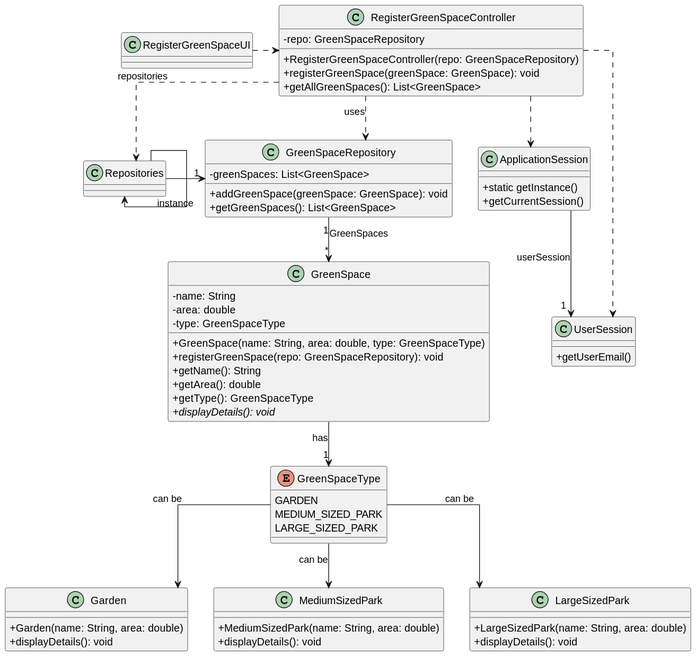
Before: docs/sprintC/us020/03.design/svg/us020-class-diagram.svg, a diagram exported from PlantUML (1231635-Amorim/UrbanParkitekts).
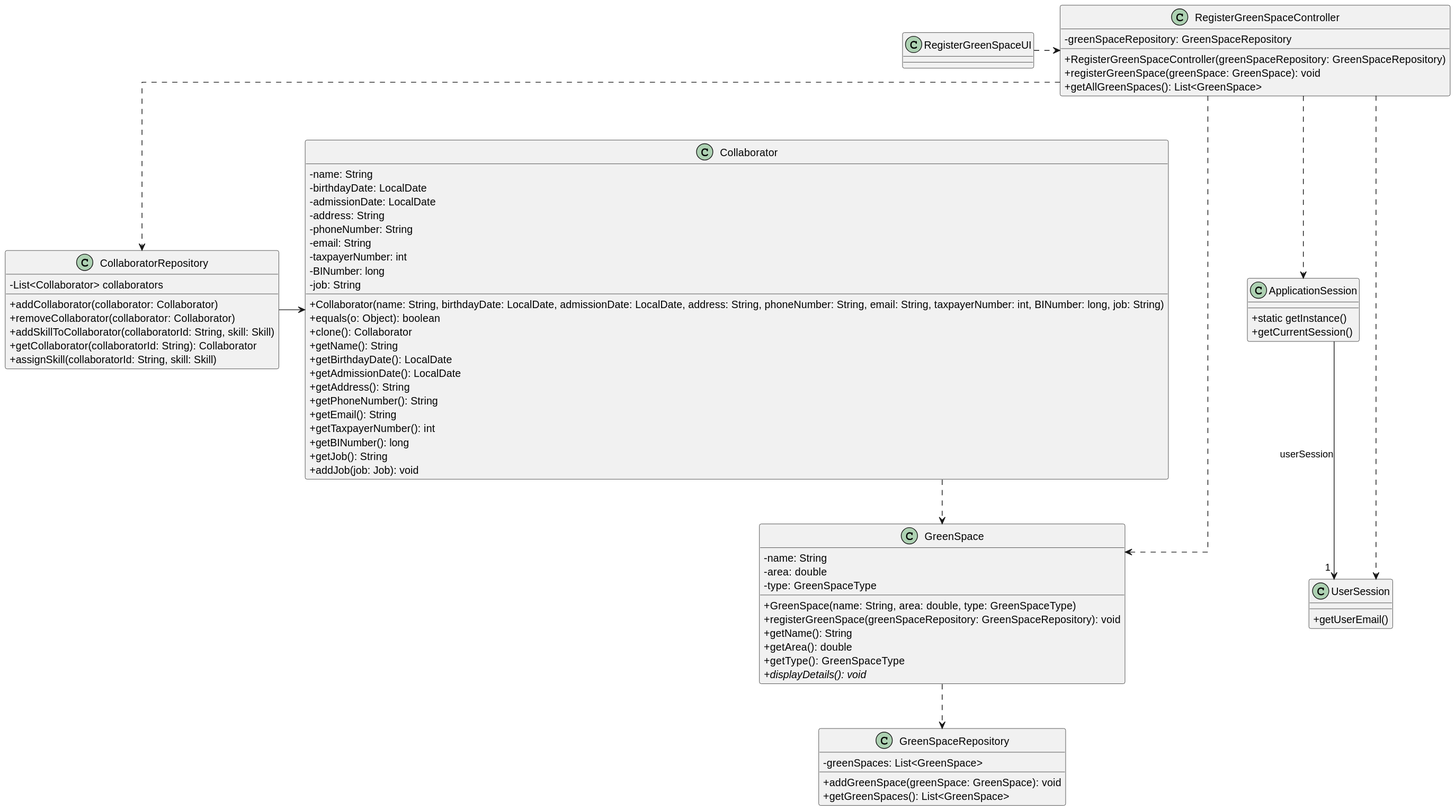
The same diagram one commit later.

Change to the diagram source:
```diff
@@ -3,16 +3,16 @@
 skinparam shadowing false
 skinparam linetype polyline
 skinparam linetype ortho
-
 skinparam classAttributeIconSize 0
 
-
-class ApplicationSession {
+class ApplicationSession
+{
     + static getInstance()
     + getCurrentSession()
 }
 
-class UserSession {
+class UserSession
+{
     + getUserEmail()
 }
 
@@ -20,71 +20,69 @@
     - name: String
     - area: double
     - type: GreenSpaceType
-
     + GreenSpace(name: String, area: double, type: GreenSpaceType)
-    + registerGreenSpace(repo: GreenSpaceRepository): void
+    + registerGreenSpace(greenSpaceRepository: GreenSpaceRepository): void
     + getName(): String
     + getArea(): double
     + getType(): GreenSpaceType
     {abstract} + displayDetails(): void
 }
 
-class Garden {
-    + Garden(name: String, area: double)
-    + displayDetails(): void
+class Collaborator {
+    - name: String
+    - birthdayDate: LocalDate
+    - admissionDate: LocalDate
+    - address: String
+    - phoneNumber: String
+    - email: String
+    - taxpayerNumber: int
+    - BINumber: long
+    - job: String
+    + Collaborator(name: String, birthdayDate: LocalDate, admissionDate: LocalDate, address: String, phoneNumber: String, email: String, taxpayerNumber: int, BINumber: long, job: String)
+    + equals(o: Object): boolean
+    + clone(): Collaborator
+    + getName(): String
+    + getBirthdayDate(): LocalDate
+    + getAdmissionDate(): LocalDate
+    + getAddress(): String
+    + getPhoneNumber(): String
+    + getEmail(): String
+    + getTaxpayerNumber(): int
+    + getBINumber(): long
+    + getJob(): String
+    + addJob(job: Job): void
 }
 
-class MediumSizedPark {
-    + MediumSizedPark(name: String, area: double)
-    + displayDetails(): void
-}
-
-class LargeSizedPark {
-    + LargeSizedPark(name: String, area: double)
-    + displayDetails(): void
+class CollaboratorRepository {
+    - List<Collaborator> collaborators
+    + addCollaborator(collaborator: Collaborator)
+    + removeCollaborator(collaborator: Collaborator)
+    + addSkillToCollaborator(collaboratorId: String, skill: Skill)
+    + getCollaborator(collaboratorId: String): Collaborator
+    + assignSkill(collaboratorId: String, skill: Skill)
 }
 
 class GreenSpaceRepository {
     - greenSpaces: List<GreenSpace>
-
     + addGreenSpace(greenSpace: GreenSpace): void
     + getGreenSpaces(): List<GreenSpace>
 }
 
 class RegisterGreenSpaceController {
-    - repo: GreenSpaceRepository
-
-    + RegisterGreenSpaceController(repo: GreenSpaceRepository)
+    - greenSpaceRepository: GreenSpaceRepository
+    + RegisterGreenSpaceController(greenSpaceRepository: GreenSpaceRepository)
     + registerGreenSpace(greenSpace: GreenSpace): void
     + getAllGreenSpaces(): List<GreenSpace>
 }
 
-enum GreenSpaceType {
-    GARDEN
-    MEDIUM_SIZED_PARK
-    LARGE_SIZED_PARK
-}
-
 ApplicationSession --> "1" UserSession : userSession
-
 RegisterGreenSpaceController ..> ApplicationSession
 RegisterGreenSpaceController ..> UserSession
+RegisterGreenSpaceUI .> RegisterGreenSpaceController
+RegisterGreenSpaceController ..> CollaboratorRepository
 
-Repositories -> Repositories : instance
-
-RegisterGreenSpaceUI .> RegisterGreenSpaceController
-
-RegisterGreenSpaceController .> Repositories : repositories
-
-Repositories -> "1" GreenSpaceRepository
-
-RegisterGreenSpaceController ..> GreenSpaceRepository : uses
-
-GreenSpaceType --> Garden : can be
-GreenSpaceType --> MediumSizedPark : can be
-GreenSpaceType --> LargeSizedPark : can be
-
-GreenSpace --> "1" GreenSpaceType : has
-
-GreenSpaceRepository "1" --> "*" GreenSpace : GreenSpaces
+CollaboratorRepository-> Collaborator
+Collaborator ..> GreenSpace
+RegisterGreenSpaceController ..> GreenSpace
+GreenSpace ..> GreenSpaceRepository
 @enduml
```
